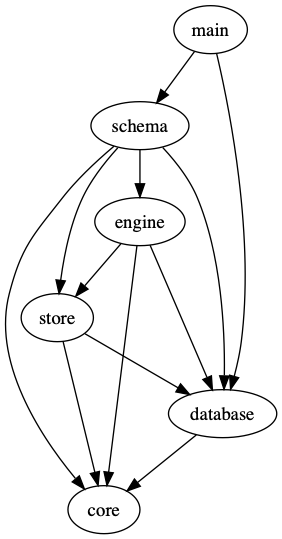
This is docs/design/modules.png from nlfiedler/zorigami, a Graphviz export, as it was before one commit. Its source is kept beside it as docs/design/modules.dot. Its diagram source:
```dot
digraph G {
  "main" -> "schema"
  "main" -> "database"
  "schema" -> "engine"
  "schema" -> "database"
  "schema" -> "store"
  "schema" -> "core"
  "engine" -> "database"
  "engine" -> "store"
  "engine" -> "core"
  "store" -> "database"
  "store" -> "core"
  "database" -> "core"
}
```
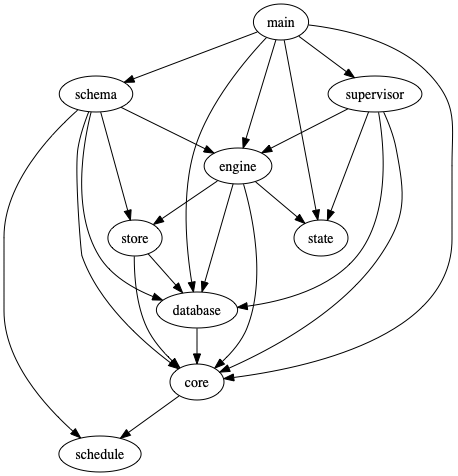
The same diagram one commit later.

Commit message:
Update the Rust modules dependency graph

The edit, as a diff of the source:
```diff
@@ -1,14 +1,25 @@
 digraph G {
   "main" -> "schema"
+  "main" -> "state"
+  "main" -> "supervisor"
   "main" -> "database"
+  "main" -> "engine"
+  "main" -> "core"
   "schema" -> "engine"
   "schema" -> "database"
   "schema" -> "store"
+  "schema" -> "schedule"
   "schema" -> "core"
+  "supervisor" -> "core"
+  "supervisor" -> "database"
+  "supervisor" -> "engine"
+  "supervisor" -> "state"
   "engine" -> "database"
+  "engine" -> "state"
   "engine" -> "store"
   "engine" -> "core"
   "store" -> "database"
   "store" -> "core"
   "database" -> "core"
+  "core" -> "schedule"
 }
```
